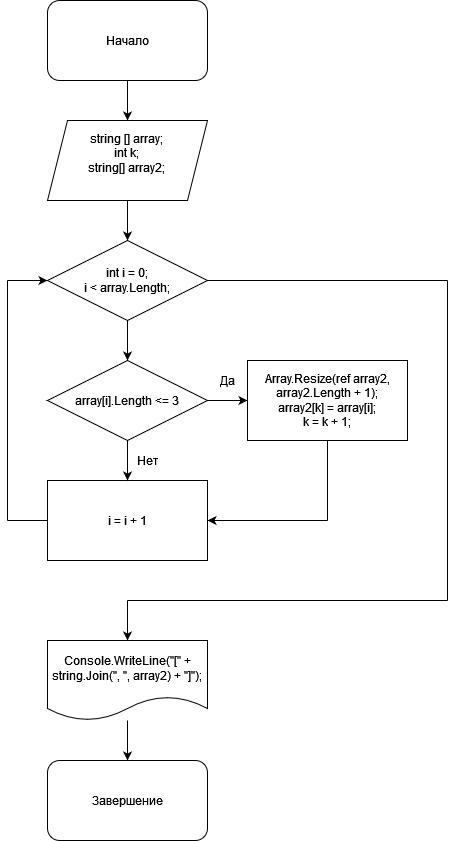
The draw.io diagram block shema.png in 21161411/Itogovaya.prov.rabota, before a commit. Source tidied: cells renumbered, new cells last; positions are measured from the earlier drawing's top-left corner, leaving out a move shared by most shapes.
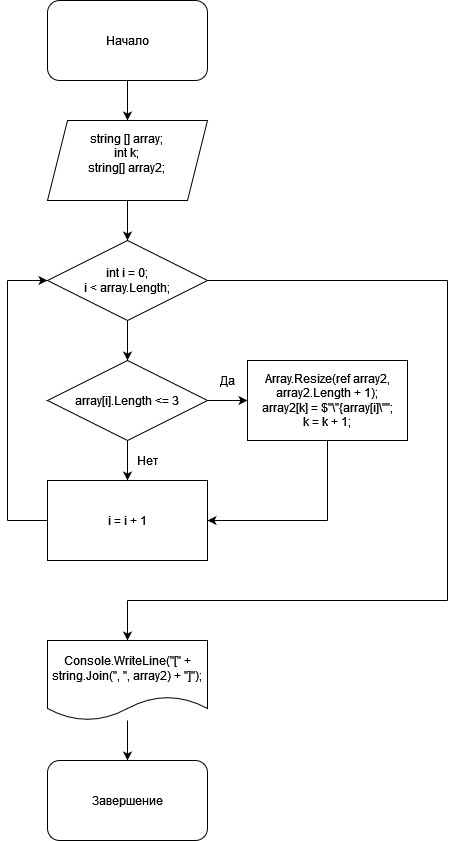
After the change.

Change to the diagram source:
```diff
@@ -26,7 +26,7 @@
     <mxCell id="9" value="array[i].Length &amp;lt;= 3" style="rhombus;whiteSpace=wrap;html=1;" parent="1" vertex="1">
       <mxGeometry x="40" y="360" width="160" height="80" as="geometry" />
     </mxCell>
-    <mxCell id="10" value="&lt;div&gt;Array.Resize(ref array2, array2.Length + 1);&lt;/div&gt;&lt;div&gt;array2[k] = array[i];&lt;/div&gt;&lt;div&gt;k = k + 1;&lt;br&gt;&lt;/div&gt;" style="rounded=0;whiteSpace=wrap;html=1;" parent="1" vertex="1">
+    <mxCell id="10" value="&lt;div&gt;Array.Resize(ref array2, array2.Length + 1);&lt;/div&gt;&lt;div&gt;array2[k] = $&quot;\&quot;{array[i]\&quot;&quot;;&lt;/div&gt;&lt;div&gt;k = k + 1;&lt;br&gt;&lt;/div&gt;" style="rounded=0;whiteSpace=wrap;html=1;" parent="1" vertex="1">
       <mxGeometry x="240" y="360" width="160" height="80" as="geometry" />
     </mxCell>
     <mxCell id="11" value="i = i + 1" style="rounded=0;whiteSpace=wrap;html=1;" parent="1" vertex="1">
```
